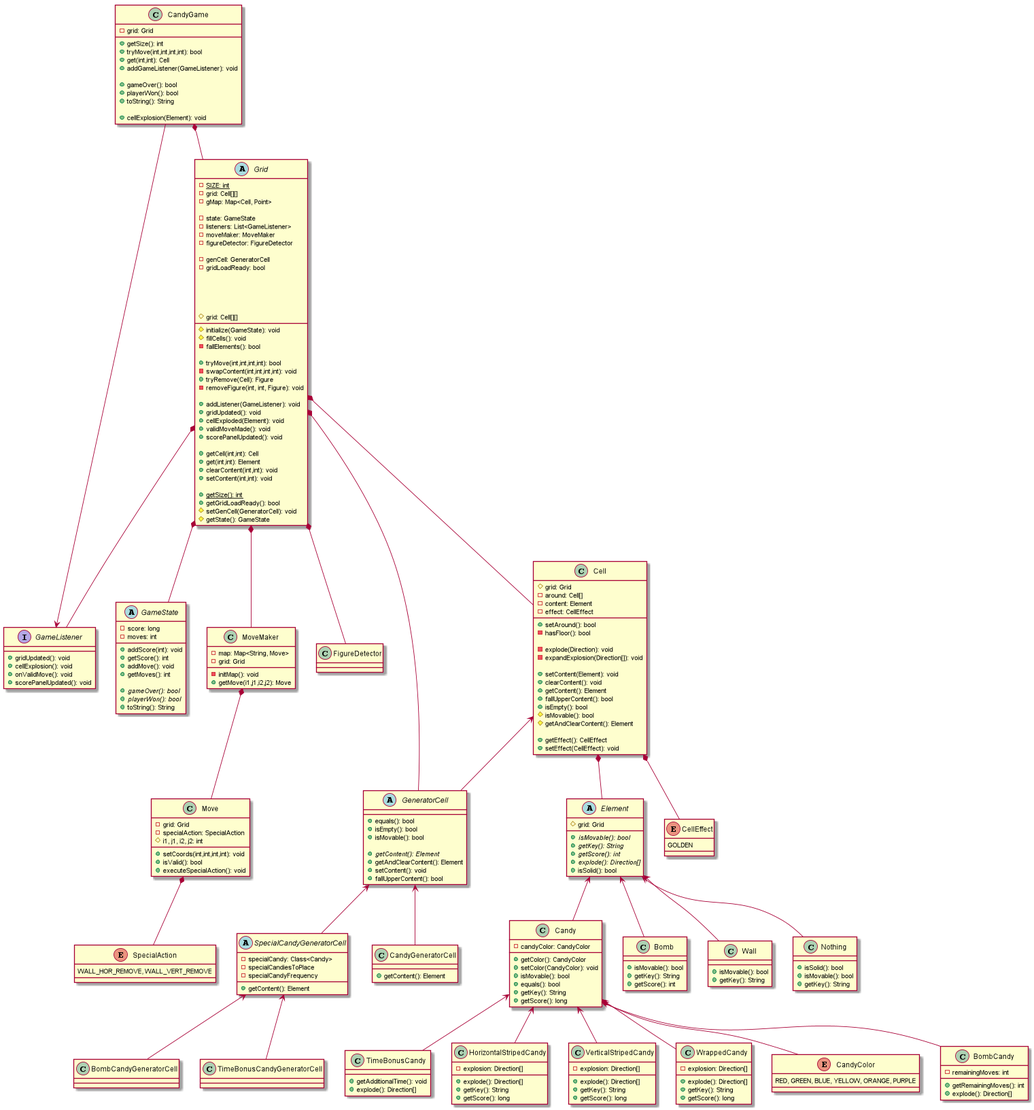
Earlier version of the PlantUML export backend.png (matiapa/itba-poo-final).
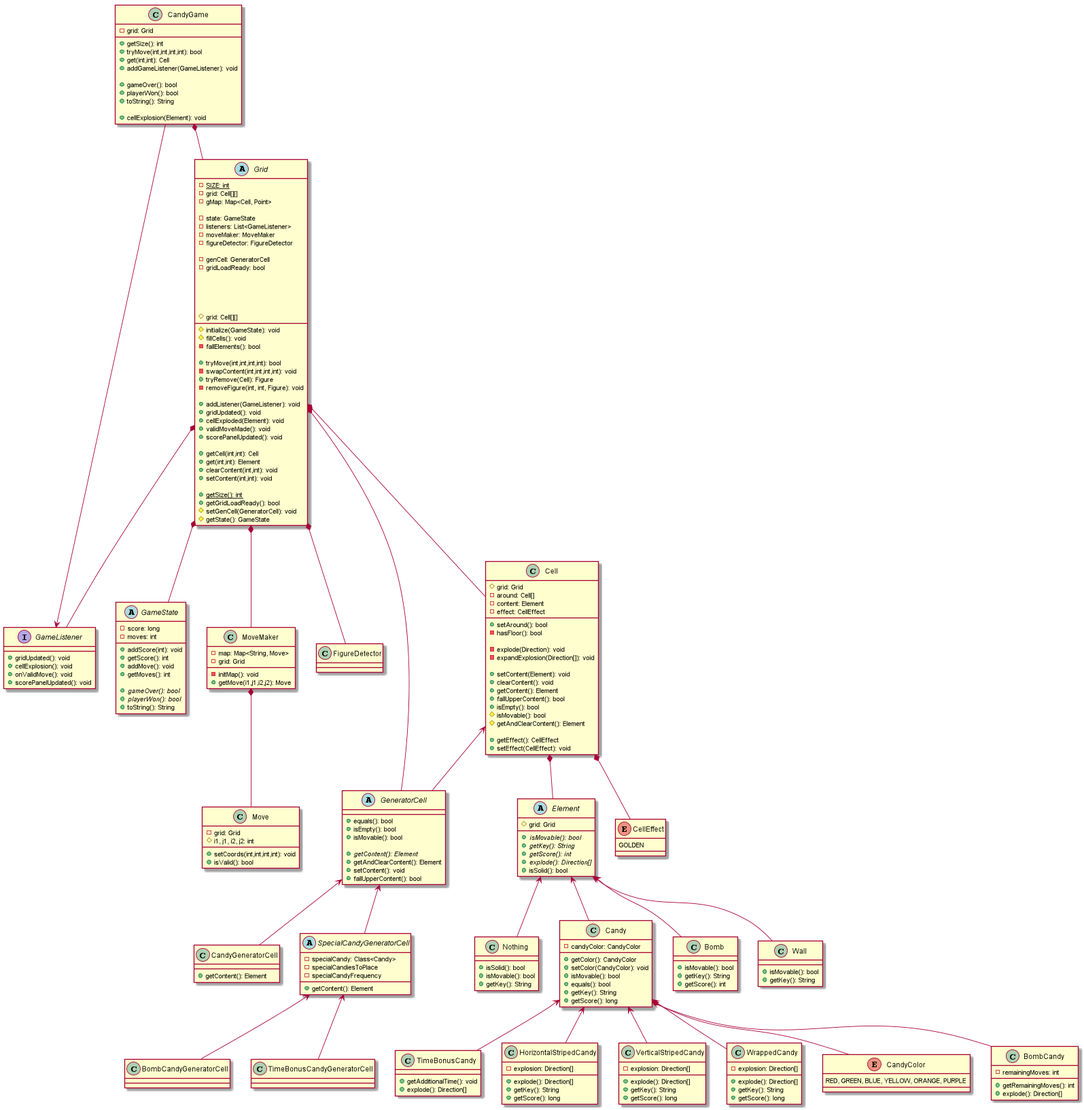
The same diagram one commit later.

Commit message:
Diagramas actualizados

What changed in the source:
```diff
@@ -314,20 +314,11 @@
 
 class Move{
  - grid: Grid
- - specialAction: SpecialAction
  # i1, j1, i2, j2: int
  + setCoords(int,int,int,int): void
  + isValid(): bool
- + executeSpecialAction(): void
 }
-
-Move *-- SpecialAction
 
 
 
-enum SpecialAction{
- WALL_HOR_REMOVE, WALL_VERT_REMOVE
-}
-
-
 @enduml
```
